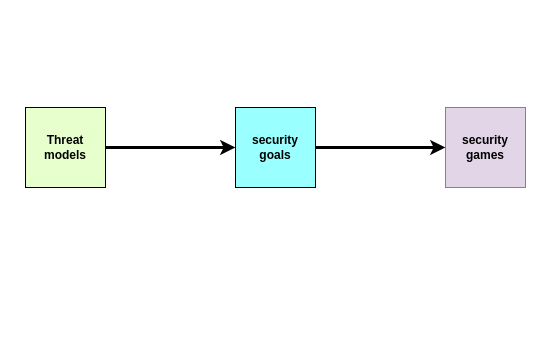
Before: threat-security-games.drawio in huyle84/diagrams, a draw.io diagram. Source tidied: cells renumbered, new cells numbered last; positions are measured from the earlier drawing's top-left corner, leaving out a move shared by most shapes. Both pictures are drawn from the tidied source at 100%, with x=0, y=0 at pixel (25, 107).
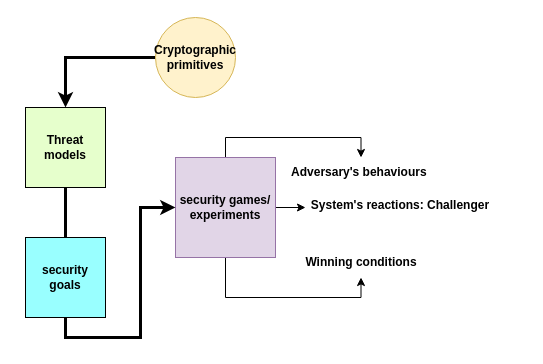
Above is the later version.

Diff of the diagram source:
```diff
@@
 <mxGraphModel>
   <root>
     <mxCell id="0" />
     <mxCell id="1" parent="0" />
-    <mxCell id="2" style="edgeStyle=orthogonalEdgeStyle;rounded=0;jettySize=auto;html=1;exitX=1;exitY=0.5;exitDx=0;exitDy=0;entryX=0;entryY=0.5;entryDx=0;entryDy=0;strokeWidth=3;" parent="1" edge="1" source="3" target="6">
-      <mxGeometry relative="1" as="geometry" />
+    <mxCell id="2" style="edgeStyle=orthogonalEdgeStyle;rounded=0;jettySize=auto;html=1;exitX=0.5;exitY=1;exitDx=0;exitDy=0;entryX=0;entryY=0.5;entryDx=0;entryDy=0;strokeWidth=3;" parent="1" edge="1" source="3" target="6">
+      <mxGeometry relative="1" as="geometry">
+        <Array as="points">
+          <mxPoint x="40" y="170" />
+        </Array>
+      </mxGeometry>
     </mxCell>
     <mxCell id="3" value="Threat models&lt;br&gt;" style="whiteSpace=wrap;html=1;fillColor=#E6FFCC;fontStyle=1;" parent="1" vertex="1">
       <mxGeometry width="80" height="80" as="geometry" />
     </mxCell>
+    <mxCell id="7" style="edgeStyle=orthogonalEdgeStyle;rounded=0;jettySize=auto;html=1;exitX=0.5;exitY=0;exitDx=0;exitDy=0;entryX=0.5;entryY=0;entryDx=0;entryDy=0;" parent="1" edge="1" source="4" target="10">
+      <mxGeometry relative="1" as="geometry" />
+    </mxCell>
+    <mxCell id="8" style="edgeStyle=orthogonalEdgeStyle;rounded=0;jettySize=auto;html=1;exitX=0.5;exitY=1;exitDx=0;exitDy=0;entryX=0.5;entryY=1;entryDx=0;entryDy=0;" parent="1" edge="1" source="4" target="12">
+      <mxGeometry relative="1" as="geometry" />
+    </mxCell>
+    <mxCell id="9" style="edgeStyle=orthogonalEdgeStyle;rounded=0;jettySize=auto;html=1;exitX=1;exitY=0.5;exitDx=0;exitDy=0;" parent="1" edge="1" source="4">
+      <mxGeometry relative="1" as="geometry">
+        <mxPoint x="280" y="100" as="targetPoint" />
+      </mxGeometry>
+    </mxCell>
-    <mxCell id="4" value="security games" style="whiteSpace=wrap;html=1;fillColor=#e1d5e7;strokeColor=#9673a6;fontStyle=1;" parent="1" vertex="1">
-      <mxGeometry x="420" width="80" height="80" as="geometry" />
+    <mxCell id="4" value="security games/&lt;br&gt;experiments" style="whiteSpace=wrap;html=1;fillColor=#e1d5e7;strokeColor=#9673a6;fontStyle=1;" parent="1" vertex="1">
+      <mxGeometry x="150" y="50" width="100" height="100" as="geometry" />
     </mxCell>
-    <mxCell id="5" style="edgeStyle=orthogonalEdgeStyle;rounded=0;jettySize=auto;html=1;exitX=1;exitY=0.5;exitDx=0;exitDy=0;strokeWidth=3;" parent="1" edge="1" source="6" target="4">
+    <mxCell id="5" style="edgeStyle=orthogonalEdgeStyle;rounded=0;jettySize=auto;html=1;exitX=0.5;exitY=1;exitDx=0;exitDy=0;strokeWidth=3;entryX=0;entryY=0.5;entryDx=0;entryDy=0;" parent="1" edge="1" source="6" target="4">
       <mxGeometry relative="1" as="geometry" />
     </mxCell>
     <mxCell id="6" value="security goals" style="whiteSpace=wrap;html=1;fillColor=#99FFFF;fontStyle=1;" parent="1" vertex="1">
-      <mxGeometry x="210" width="80" height="80" as="geometry" />
+      <mxGeometry y="130" width="80" height="80" as="geometry" />
     </mxCell>
+    <mxCell id="10" value="Adversary's behaviours&amp;nbsp;" style="text;html=1;strokeColor=none;fillColor=none;align=center;verticalAlign=middle;whiteSpace=wrap;rounded=0;fontStyle=1;" parent="1" vertex="1">
+      <mxGeometry x="258" y="50" width="155" height="30" as="geometry" />
+    </mxCell>
+    <mxCell id="11" value="System's reactions: &lt;span&gt;Challenger&lt;/span&gt;&lt;br&gt;&amp;nbsp;" style="text;html=1;strokeColor=none;fillColor=none;align=center;verticalAlign=middle;whiteSpace=wrap;rounded=0;fontStyle=1;" parent="1" vertex="1">
+      <mxGeometry x="258" y="90" width="234" height="30" as="geometry" />
+    </mxCell>
+    <mxCell id="12" value="Winning conditions" style="text;html=1;strokeColor=none;fillColor=none;align=center;verticalAlign=middle;whiteSpace=wrap;rounded=0;fontStyle=1;" parent="1" vertex="1">
+      <mxGeometry x="270.5" y="140" width="130" height="30" as="geometry" />
+    </mxCell>
+    <mxCell id="13" style="edgeStyle=orthogonalEdgeStyle;rounded=0;jettySize=auto;html=1;entryX=0.5;entryY=0;entryDx=0;entryDy=0;strokeWidth=3;" parent="1" edge="1" source="14" target="3">
+      <mxGeometry relative="1" as="geometry" />
+    </mxCell>
+    <mxCell id="14" value="Cryptographic primitives" style="ellipse;whiteSpace=wrap;html=1;fontStyle=1;fillColor=#fff2cc;strokeColor=#d6b656;" parent="1" vertex="1">
+      <mxGeometry x="130" y="-90" width="80" height="80" as="geometry" />
+    </mxCell>
   </root>
 </mxGraphModel>
```
